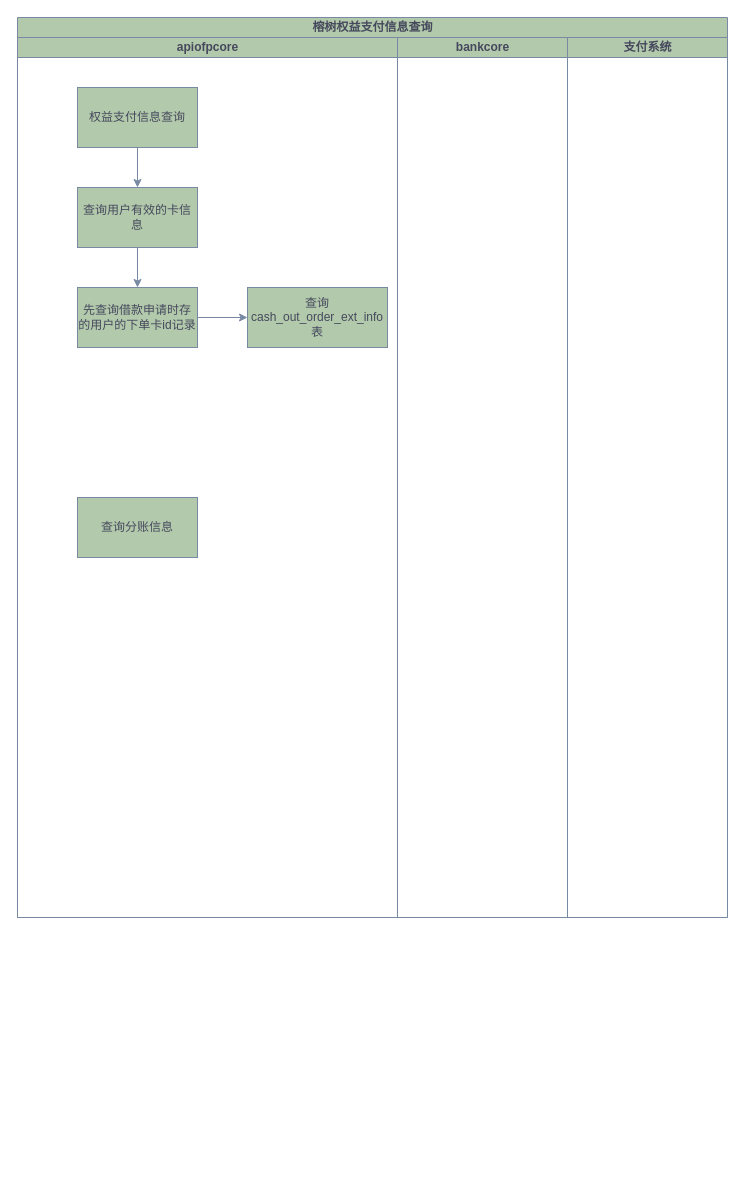
The draw.io diagram 榕树权益支付信息查询.drawio in yuanlj-tea/picgo, before the edit. Source tidied: cells renumbered, new cells numbered last; positions are measured from the earlier drawing's top-left corner, leaving out a move shared by most shapes. Both pictures are drawn from the tidied source at 100%, with x=0, y=0 at pixel (17, 17).
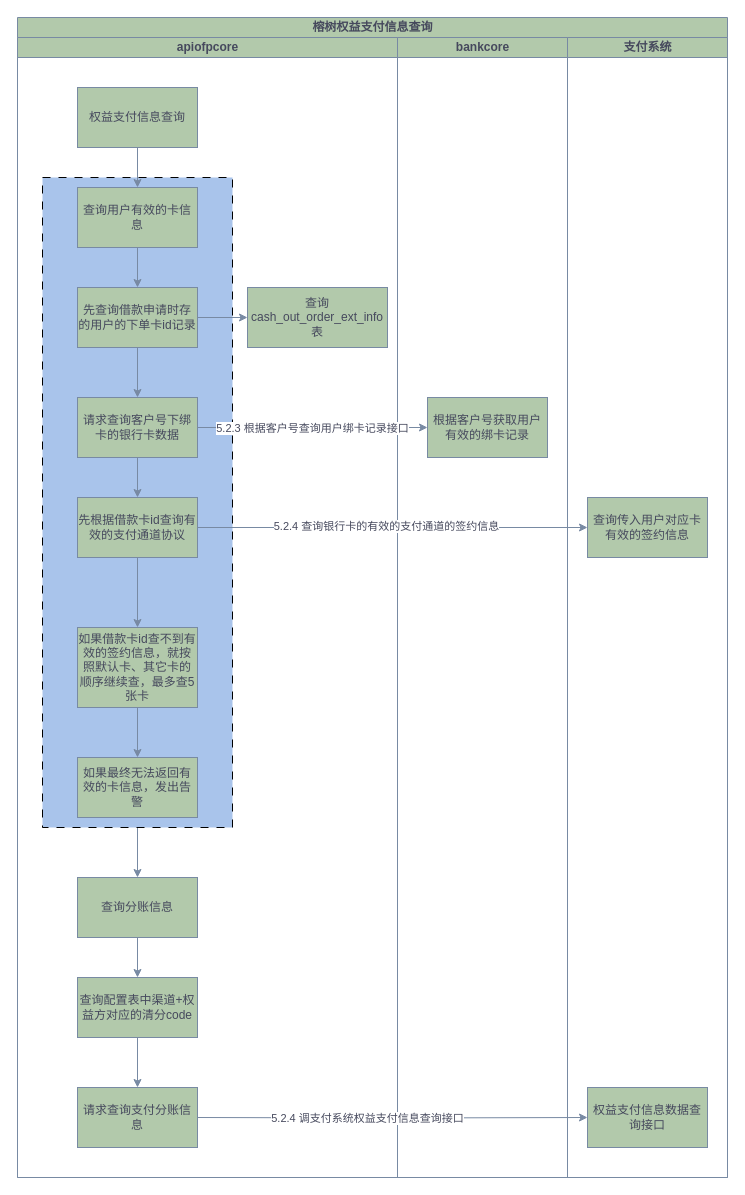
The same page after the edit.

Commit message (it also covers changes not shown here):
更新榕树权益支付信息查询.drawio

The change refers to these unchanged cells:
```xml
<mxCell id="10" value="先查询借款申请时存的用户的下单卡id记录" style="rounded=0;whiteSpace=wrap;html=1;strokeColor=#788AA3;fontColor=#46495D;fillColor=#B2C9AB;" parent="3" vertex="1">
  <mxGeometry x="60" y="250" width="120" height="60" as="geometry" />
</mxCell>
```

Diff of the diagram source:
```diff
@@
     <mxCell id="2" value="榕树权益支付信息查询" style="swimlane;startSize=20;html=1;strokeColor=#788AA3;fontColor=#46495D;fillColor=#B2C9AB;" parent="1" vertex="1">
-      <mxGeometry width="710" height="900" as="geometry" />
+      <mxGeometry width="710" height="1160" as="geometry" />
     </mxCell>
     <mxCell id="3" value="apiofpcore" style="swimlane;startSize=20;html=1;strokeColor=#788AA3;fontColor=#46495D;fillColor=#B2C9AB;" parent="2" vertex="1">
-      <mxGeometry y="20" width="380" height="880" as="geometry" />
+      <mxGeometry y="20" width="380" height="1140" as="geometry" />
     </mxCell>
+    <mxCell id="14" style="edgeStyle=orthogonalEdgeStyle;rounded=0;jettySize=auto;html=1;entryX=0.5;entryY=0;entryDx=0;entryDy=0;strokeColor=#788AA3;fontColor=#46495D;fillColor=#B2C9AB;" parent="3" edge="1" source="15" target="8">
+      <mxGeometry relative="1" as="geometry" />
+    </mxCell>
+    <mxCell id="15" style="rounded=0;whiteSpace=wrap;html=1;gradientColor=none;dashed=1;dashPattern=8 8;fillStyle=auto;fillColor=#A9C4EB;" parent="3" vertex="1">
+      <mxGeometry x="25" y="140" width="190" height="650" as="geometry" />
+    </mxCell>
@@
+    <mxCell id="16" style="edgeStyle=orthogonalEdgeStyle;rounded=0;jettySize=auto;html=1;strokeColor=#788AA3;fontColor=#46495D;fillColor=#B2C9AB;" parent="3" edge="1" source="8" target="26">
+      <mxGeometry relative="1" as="geometry" />
+    </mxCell>
     <mxCell id="8" value="查询分账信息" style="rounded=0;whiteSpace=wrap;html=1;strokeColor=#788AA3;fontColor=#46495D;fillColor=#B2C9AB;" parent="3" vertex="1">
-      <mxGeometry x="60" y="460" width="120" height="60" as="geometry" />
+      <mxGeometry x="60" y="840" width="120" height="60" as="geometry" />
     </mxCell>
@@
+    <mxCell id="17" style="edgeStyle=orthogonalEdgeStyle;rounded=0;jettySize=auto;html=1;strokeColor=#788AA3;fontColor=#46495D;fillColor=#B2C9AB;" parent="3" edge="1" source="10" target="19">
+      <mxGeometry relative="1" as="geometry" />
+    </mxCell>
@@
+    <mxCell id="18" style="edgeStyle=orthogonalEdgeStyle;rounded=0;jettySize=auto;html=1;strokeColor=#788AA3;fontColor=#46495D;fillColor=#B2C9AB;" parent="3" edge="1" source="19" target="21">
+      <mxGeometry relative="1" as="geometry" />
+    </mxCell>
+    <mxCell id="19" value="请求查询客户号下绑卡的银行卡数据" style="rounded=0;whiteSpace=wrap;html=1;strokeColor=#788AA3;fontColor=#46495D;fillColor=#B2C9AB;" parent="3" vertex="1">
+      <mxGeometry x="60" y="360" width="120" height="60" as="geometry" />
+    </mxCell>
+    <mxCell id="20" style="edgeStyle=orthogonalEdgeStyle;rounded=0;jettySize=auto;html=1;strokeColor=#788AA3;fontColor=#46495D;fillColor=#B2C9AB;" parent="3" edge="1" source="21" target="23">
+      <mxGeometry relative="1" as="geometry" />
+    </mxCell>
+    <mxCell id="21" value="先根据借款卡id查询有效的支付通道协议" style="rounded=0;whiteSpace=wrap;html=1;strokeColor=#788AA3;fontColor=#46495D;fillColor=#B2C9AB;" parent="3" vertex="1">
+      <mxGeometry x="60" y="460" width="120" height="60" as="geometry" />
+    </mxCell>
+    <mxCell id="22" style="edgeStyle=orthogonalEdgeStyle;rounded=0;jettySize=auto;html=1;strokeColor=#788AA3;fontColor=#46495D;fillColor=#B2C9AB;" parent="3" edge="1" source="23" target="24">
+      <mxGeometry relative="1" as="geometry" />
+    </mxCell>
+    <mxCell id="23" value="如果借款卡id查不到有效的签约信息，就按照默认卡、其它卡的顺序继续查，最多查5张卡" style="rounded=0;whiteSpace=wrap;html=1;strokeColor=#788AA3;fontColor=#46495D;fillColor=#B2C9AB;" parent="3" vertex="1">
+      <mxGeometry x="60" y="590" width="120" height="80" as="geometry" />
+    </mxCell>
+    <mxCell id="24" value="如果最终无法返回有效的卡信息，发出告警" style="rounded=0;whiteSpace=wrap;html=1;strokeColor=#788AA3;fontColor=#46495D;fillColor=#B2C9AB;" parent="3" vertex="1">
+      <mxGeometry x="60" y="720" width="120" height="60" as="geometry" />
+    </mxCell>
+    <mxCell id="25" style="edgeStyle=orthogonalEdgeStyle;rounded=0;jettySize=auto;html=1;strokeColor=#788AA3;fontColor=#46495D;fillColor=#B2C9AB;" parent="3" edge="1" source="26" target="27">
+      <mxGeometry relative="1" as="geometry" />
+    </mxCell>
+    <mxCell id="26" value="查询配置表中渠道+权益方对应的清分code" style="whiteSpace=wrap;html=1;fillColor=#B2C9AB;strokeColor=#788AA3;fontColor=#46495D;rounded=0;" parent="3" vertex="1">
+      <mxGeometry x="60" y="940" width="120" height="60" as="geometry" />
+    </mxCell>
+    <mxCell id="27" value="请求查询支付分账信息" style="whiteSpace=wrap;html=1;fillColor=#B2C9AB;strokeColor=#788AA3;fontColor=#46495D;rounded=0;" parent="3" vertex="1">
+      <mxGeometry x="60" y="1050" width="120" height="60" as="geometry" />
+    </mxCell>
     <mxCell id="12" value="bankcore" style="swimlane;startSize=20;html=1;strokeColor=#788AA3;fontColor=#46495D;fillColor=#B2C9AB;" parent="2" vertex="1">
-      <mxGeometry x="380" y="20" width="170" height="880" as="geometry" />
+      <mxGeometry x="380" y="20" width="170" height="1140" as="geometry" />
     </mxCell>
+    <mxCell id="28" value="根据客户号获取用户有效的绑卡记录" style="rounded=0;whiteSpace=wrap;html=1;strokeColor=#788AA3;fontColor=#46495D;fillColor=#B2C9AB;" parent="12" vertex="1">
+      <mxGeometry x="30" y="360" width="120" height="60" as="geometry" />
+    </mxCell>
     <mxCell id="13" value="支付系统" style="swimlane;startSize=20;html=1;strokeColor=#788AA3;fontColor=#46495D;fillColor=#B2C9AB;" parent="2" vertex="1">
-      <mxGeometry x="550" y="20" width="160" height="880" as="geometry" />
+      <mxGeometry x="550" y="20" width="160" height="1140" as="geometry" />
     </mxCell>
+    <mxCell id="29" value="查询传入用户对应卡有效的签约信息" style="rounded=0;whiteSpace=wrap;html=1;strokeColor=#788AA3;fontColor=#46495D;fillColor=#B2C9AB;" parent="13" vertex="1">
+      <mxGeometry x="20" y="460" width="120" height="60" as="geometry" />
+    </mxCell>
+    <mxCell id="30" value="权益支付信息数据查询接口" style="whiteSpace=wrap;html=1;fillColor=#B2C9AB;strokeColor=#788AA3;fontColor=#46495D;rounded=0;" parent="13" vertex="1">
+      <mxGeometry x="20" y="1050" width="120" height="60" as="geometry" />
+    </mxCell>
+    <mxCell id="31" style="edgeStyle=orthogonalEdgeStyle;rounded=0;jettySize=auto;html=1;strokeColor=#788AA3;fontColor=#46495D;fillColor=#B2C9AB;" parent="13" edge="1" target="30">
+      <mxGeometry relative="1" as="geometry">
+        <mxPoint x="-370" y="1080" as="sourcePoint" />
+      </mxGeometry>
+    </mxCell>
+    <mxCell id="32" value="5.2.4 调支付系统权益支付信息查询接口" style="edgeLabel;html=1;align=center;verticalAlign=middle;strokeColor=#788AA3;fontColor=#46495D;fillColor=#B2C9AB;" parent="31" vertex="1">
+      <mxGeometry x="-0.2" y="2" relative="1" as="geometry">
+        <mxPoint x="13" y="2" as="offset" />
+      </mxGeometry>
+    </mxCell>
+    <mxCell id="33" style="edgeStyle=orthogonalEdgeStyle;rounded=0;jettySize=auto;html=1;entryX=0;entryY=0.5;entryDx=0;entryDy=0;strokeColor=#788AA3;fontColor=#46495D;fillColor=#B2C9AB;" parent="2" edge="1" source="19" target="28">
+      <mxGeometry relative="1" as="geometry" />
+    </mxCell>
+    <mxCell id="34" value="5.2.3 根据客户号查询用户绑卡记录接口" style="edgeLabel;html=1;align=center;verticalAlign=middle;strokeColor=#788AA3;fontColor=#46495D;fillColor=#B2C9AB;" parent="33" vertex="1">
+      <mxGeometry x="-0.15" y="-2" relative="1" as="geometry">
+        <mxPoint x="16" y="-2" as="offset" />
+      </mxGeometry>
+    </mxCell>
+    <mxCell id="35" style="edgeStyle=orthogonalEdgeStyle;rounded=0;jettySize=auto;html=1;strokeColor=#788AA3;fontColor=#46495D;fillColor=#B2C9AB;entryX=0;entryY=0.5;entryDx=0;entryDy=0;" parent="2" edge="1" source="21" target="29">
+      <mxGeometry relative="1" as="geometry" />
+    </mxCell>
+    <mxCell id="36" value="5.2.4 查询银行卡的有效的支付通道的签约信息" style="edgeLabel;html=1;align=center;verticalAlign=middle;strokeColor=#788AA3;fontColor=#46495D;fillColor=#B2C9AB;" parent="35" vertex="1">
+      <mxGeometry x="-0.07" y="-2" relative="1" as="geometry">
+        <mxPoint x="7" y="-4" as="offset" />
+      </mxGeometry>
+    </mxCell>
```
